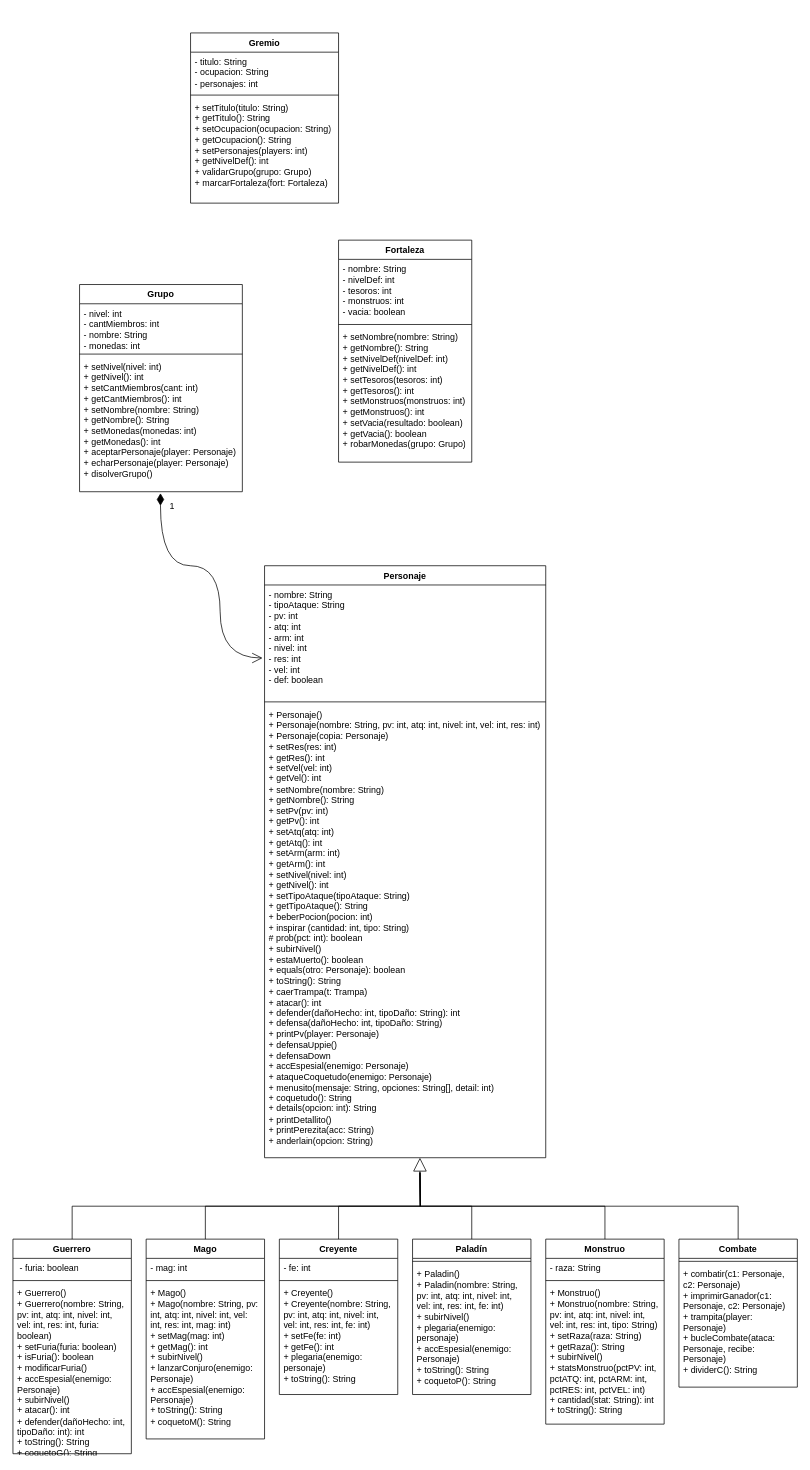
The draw.io diagram PracticaT5_EDS.drawio in akiipv/Practica_Entornos, before the edit. Source tidied: cells renumbered, new cells numbered last; positions are measured from the earlier drawing's top-left corner, leaving out a move shared by most shapes. Both pictures are drawn from the tidied source at 74%, with x=0, y=0 at pixel (13, 33).
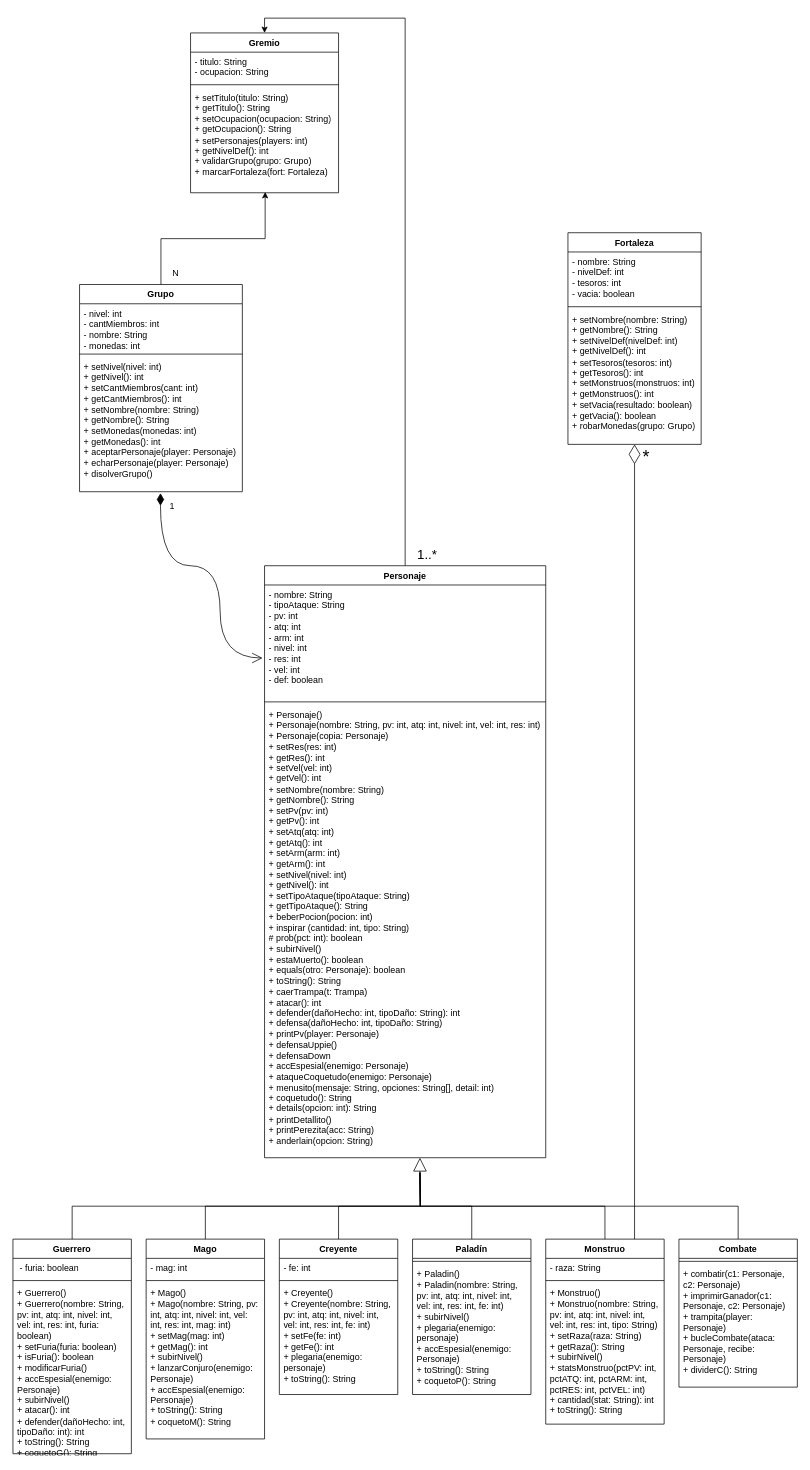
The same diagram, later.

The change refers to these unchanged cells:
```xml
<mxCell id="2" value="Personaje" style="swimlane;fontStyle=1;align=center;verticalAlign=top;horizontal=1;startSize=26;whiteSpace=wrap;html=1;" parent="1" vertex="1">
  <mxGeometry x="340" y="720" width="380" height="800" as="geometry" />
</mxCell>
<mxCell id="21" value="Monstruo" style="swimlane;fontStyle=1;align=center;verticalAlign=top;horizontal=1;startSize=26;whiteSpace=wrap;html=1;" parent="1" vertex="1">
  <mxGeometry x="720" y="1630" width="160" height="250" as="geometry" />
</mxCell>
<mxCell id="35" value="Grupo" style="swimlane;fontStyle=1;align=center;verticalAlign=top;horizontal=1;startSize=26;whiteSpace=wrap;html=1;" parent="1" vertex="1">
  <mxGeometry x="90" y="340" width="220" height="280" as="geometry" />
</mxCell>
```

Change to the diagram source:
```diff
@@
+    <mxCell id="48" style="edgeStyle=orthogonalEdgeStyle;rounded=0;jettySize=auto;html=1;exitX=0.5;exitY=0;exitDx=0;exitDy=0;entryX=0.5;entryY=0;entryDx=0;entryDy=0;" parent="1" edge="1" source="2" target="43">
+      <mxGeometry relative="1" as="geometry" />
+    </mxCell>
@@
     <mxCell id="39" value="Fortaleza" style="swimlane;fontStyle=1;align=center;verticalAlign=top;horizontal=1;startSize=26;whiteSpace=wrap;html=1;" parent="1" vertex="1">
-      <mxGeometry x="440" y="280" width="180" height="300" as="geometry" />
+      <mxGeometry x="750" y="270" width="180" height="286" as="geometry" />
     </mxCell>
-    <mxCell id="40" value="&lt;div&gt;- nombre: String&lt;/div&gt;&lt;div&gt;- nivelDef: int&lt;/div&gt;&lt;div&gt;- tesoros: int&lt;/div&gt;&lt;div&gt;- monstruos: int&lt;/div&gt;&lt;div&gt;- vacia: boolean&lt;/div&gt;" style="text;strokeColor=none;fillColor=none;align=left;verticalAlign=top;spacingLeft=4;spacingRight=4;overflow=hidden;whiteSpace=wrap;html=1;" parent="39" vertex="1">
-      <mxGeometry y="26" width="180" height="84" as="geometry" />
+    <mxCell id="40" value="&lt;div&gt;- nombre: String&lt;/div&gt;&lt;div&gt;- nivelDef: int&lt;/div&gt;&lt;div&gt;- tesoros: int&lt;/div&gt;&lt;div&gt;- vacia: boolean&lt;/div&gt;" style="text;strokeColor=none;fillColor=none;align=left;verticalAlign=top;spacingLeft=4;spacingRight=4;overflow=hidden;whiteSpace=wrap;html=1;" parent="39" vertex="1">
+      <mxGeometry y="26" width="180" height="70" as="geometry" />
     </mxCell>
     <mxCell id="41" style="line;strokeWidth=1;fillColor=none;align=left;verticalAlign=middle;spacingTop=-1;spacingLeft=3;spacingRight=3;labelPosition=right;strokeColor=inherit;" parent="39" vertex="1">
-      <mxGeometry y="110" width="180" height="8" as="geometry" />
+      <mxGeometry y="96" width="180" height="8" as="geometry" />
     </mxCell>
     <mxCell id="42" value="&lt;div&gt;&lt;div&gt;&lt;div&gt;+ setNombre(nombre: String)&lt;/div&gt;&lt;div&gt;+ getNombre(): String&lt;/div&gt;+ setNivelDef(nivelDef: int)&lt;/div&gt;&lt;div&gt;+ getNivelDef(): int&lt;div&gt;+ setTesoros(tesoros: int)&lt;/div&gt;&lt;div&gt;+ getTesoros(): int&lt;div&gt;+ setMonstruos(monstruos: int)&lt;/div&gt;&lt;div&gt;+ getMonstruos(): int&lt;div&gt;+ setVacia(resultado: boolean)&lt;/div&gt;&lt;div&gt;+ getVacia(): boolean&lt;/div&gt;&lt;div&gt;+ robarMonedas(grupo: Grupo)&lt;/div&gt;&lt;/div&gt;&lt;/div&gt;&lt;/div&gt;&lt;/div&gt;" style="text;strokeColor=none;fillColor=none;align=left;verticalAlign=top;spacingLeft=4;spacingRight=4;overflow=hidden;points=[[0,0.5],[1,0.5]];portConstraint=eastwest;whiteSpace=wrap;html=1;" parent="39" vertex="1">
-      <mxGeometry y="118" width="180" height="182" as="geometry" />
+      <mxGeometry y="104" width="180" height="182" as="geometry" />
     </mxCell>
     <mxCell id="43" value="Gremio" style="swimlane;fontStyle=1;align=center;verticalAlign=top;horizontal=1;startSize=26;whiteSpace=wrap;html=1;" parent="1" vertex="1">
-      <mxGeometry x="240" width="200" height="230" as="geometry" />
+      <mxGeometry x="240" width="200" height="216" as="geometry" />
     </mxCell>
-    <mxCell id="44" value="&lt;div&gt;- titulo: String&lt;/div&gt;&lt;div&gt;- ocupacion: String&lt;/div&gt;&lt;div&gt;- personajes: int&lt;/div&gt;" style="text;strokeColor=none;fillColor=none;align=left;verticalAlign=top;spacingLeft=4;spacingRight=4;overflow=hidden;whiteSpace=wrap;html=1;" parent="43" vertex="1">
-      <mxGeometry y="26" width="200" height="54" as="geometry" />
+    <mxCell id="44" value="&lt;div&gt;- titulo: String&lt;/div&gt;&lt;div&gt;- ocupacion: String&lt;/div&gt;" style="text;strokeColor=none;fillColor=none;align=left;verticalAlign=top;spacingLeft=4;spacingRight=4;overflow=hidden;whiteSpace=wrap;html=1;" parent="43" vertex="1">
+      <mxGeometry y="26" width="200" height="40" as="geometry" />
     </mxCell>
     <mxCell id="45" style="line;strokeWidth=1;fillColor=none;align=left;verticalAlign=middle;spacingTop=-1;spacingLeft=3;spacingRight=3;labelPosition=right;strokeColor=inherit;" parent="43" vertex="1">
-      <mxGeometry y="80" width="200" height="8" as="geometry" />
+      <mxGeometry y="66" width="200" height="8" as="geometry" />
     </mxCell>
     <mxCell id="46" value="&lt;div&gt;&lt;div&gt;&lt;div&gt;+ setTitulo(titulo: String)&lt;/div&gt;&lt;div&gt;+ getTitulo(): String&lt;div&gt;+ setOcupacion(ocupacion: String)&lt;/div&gt;&lt;div&gt;+ getOcupacion(): String&lt;/div&gt;&lt;/div&gt;+ setPersonajes(players: int)&lt;/div&gt;&lt;div&gt;+ getNivelDef(): int&lt;/div&gt;+ validarGrupo(grupo: Grupo)&lt;/div&gt;&lt;div&gt;+ marcarFortaleza(fort: Fortaleza)&lt;/div&gt;" style="text;strokeColor=none;fillColor=none;align=left;verticalAlign=top;spacingLeft=4;spacingRight=4;overflow=hidden;points=[[0,0.5],[1,0.5]];portConstraint=eastwest;whiteSpace=wrap;html=1;" parent="43" vertex="1">
-      <mxGeometry y="88" width="200" height="142" as="geometry" />
+      <mxGeometry y="74" width="200" height="142" as="geometry" />
     </mxCell>
@@
+    <mxCell id="49" style="endArrow=diamondThin;endFill=0;endSize=24;html=1;rounded=0;exitX=0.75;exitY=0;exitDx=0;exitDy=0;" parent="1" edge="1" source="21" target="42">
+      <mxGeometry relative="1" as="geometry" />
+    </mxCell>
+    <mxCell id="50" value="&lt;font style=&quot;font-size: 24px;&quot;&gt;*&lt;/font&gt;" style="text;html=1;whiteSpace=wrap;strokeColor=none;fillColor=none;align=center;verticalAlign=middle;rounded=0;" parent="1" vertex="1">
+      <mxGeometry x="826" y="558" width="60" height="30" as="geometry" />
+    </mxCell>
+    <mxCell id="51" style="edgeStyle=orthogonalEdgeStyle;rounded=0;jettySize=auto;html=1;exitX=0.5;exitY=0;exitDx=0;exitDy=0;entryX=0.504;entryY=0.993;entryDx=0;entryDy=0;entryPerimeter=0;" parent="1" edge="1" source="35" target="46">
+      <mxGeometry relative="1" as="geometry" />
+    </mxCell>
+    <mxCell id="52" value="&lt;font style=&quot;font-size: 18px;&quot;&gt;1..*&lt;/font&gt;" style="text;html=1;whiteSpace=wrap;strokeColor=none;fillColor=none;align=center;verticalAlign=middle;rounded=0;" parent="1" vertex="1">
+      <mxGeometry x="530" y="690" width="60" height="30" as="geometry" />
+    </mxCell>
+    <mxCell id="53" value="N" style="text;html=1;whiteSpace=wrap;strokeColor=none;fillColor=none;align=center;verticalAlign=middle;rounded=0;" parent="1" vertex="1">
+      <mxGeometry x="190" y="310" width="60" height="30" as="geometry" />
+    </mxCell>
```
